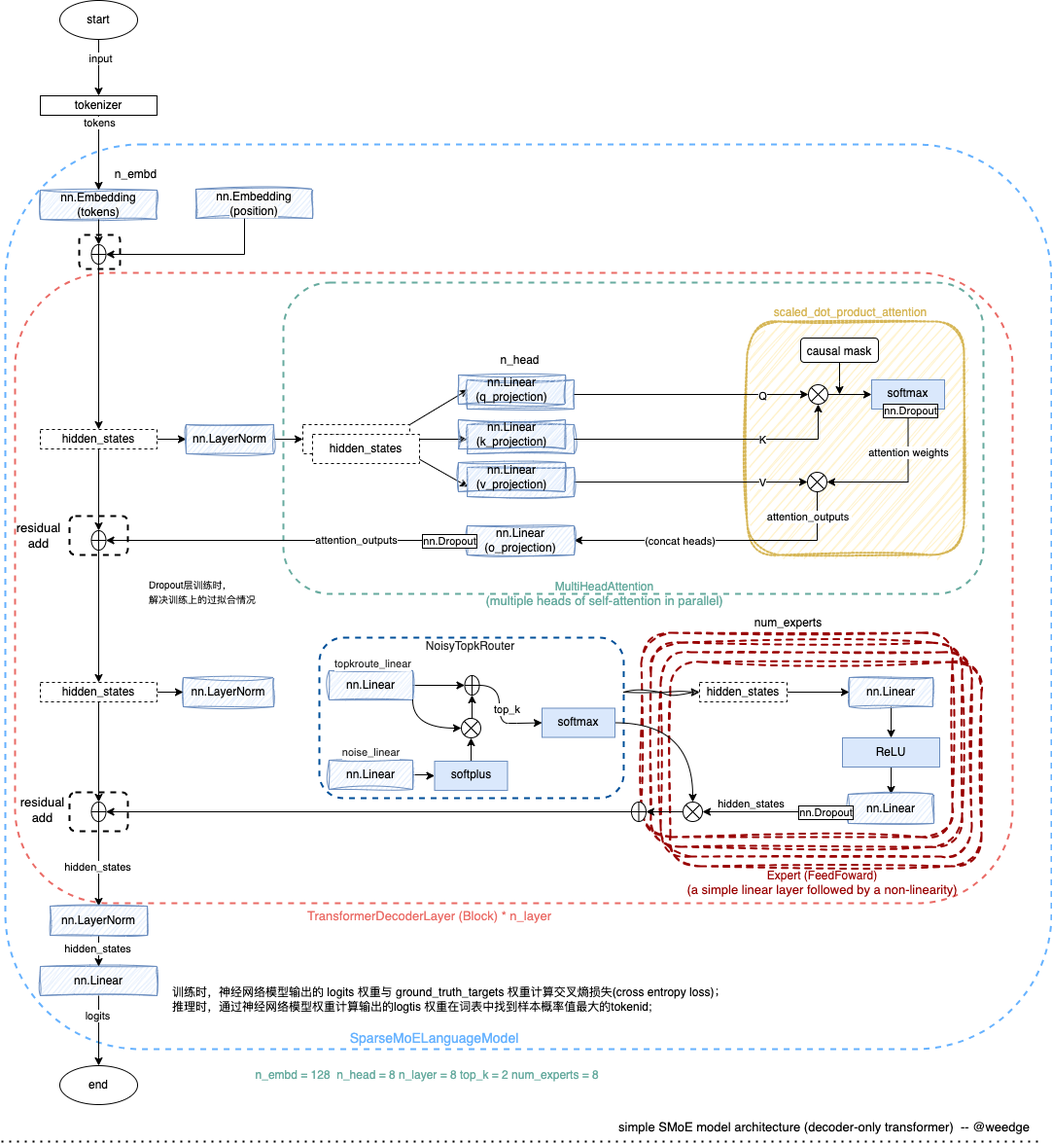
Before: docs/simple-moe.drawio.png, a diagram exported from draw.io (ai-bot-pro/baby-llm). Source tidied: cells renumbered, new cells last; positions are measured from the earlier drawing's top-left corner, leaving out a move shared by most shapes.
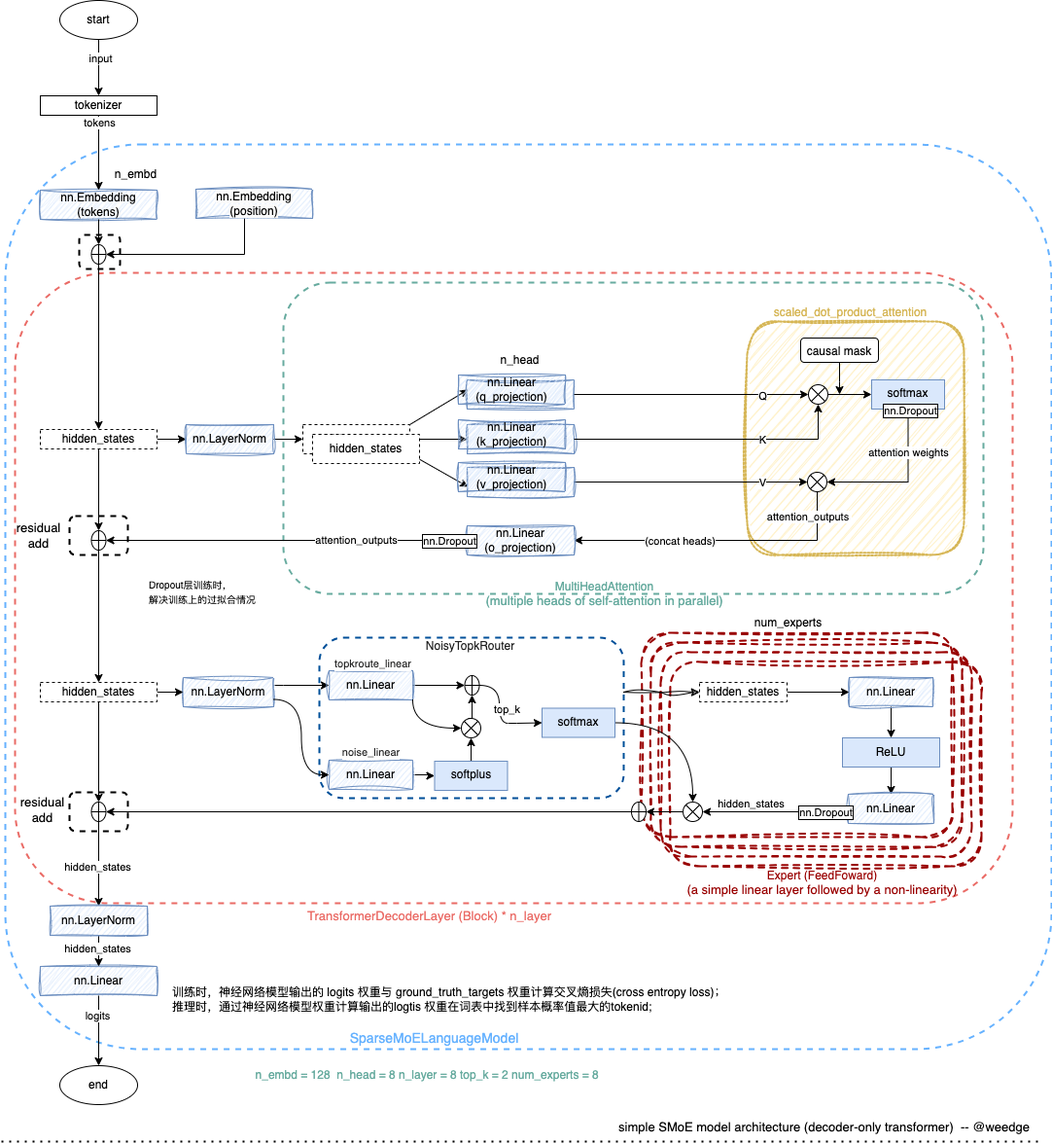
Above is the later version.

Change to the diagram source:
```diff
@@ -101,6 +101,14 @@
         <mxPoint x="640" y="711" as="sourcePoint" />
       </mxGeometry>
     </mxCell>
+    <mxCell id="127" style="edgeStyle=orthogonalEdgeStyle;rounded=0;jettySize=auto;html=1;entryX=0;entryY=0.5;entryDx=0;entryDy=0;curved=1;" parent="1" edge="1" source="33" target="106">
+      <mxGeometry relative="1" as="geometry">
+        <Array as="points">
+          <mxPoint x="290" y="704" />
+          <mxPoint x="290" y="704" />
+        </Array>
+      </mxGeometry>
+    </mxCell>
     <mxCell id="33" value="nn.LayerNorm" style="whiteSpace=wrap;html=1;strokeWidth=1;sketch=1;curveFitting=1;jiggle=2;fillColor=#dae8fc;strokeColor=#6c8ebf;" parent="1" vertex="1">
       <mxGeometry x="187" y="696" width="93" height="30" as="geometry" />
     </mxCell>
@@ -440,5 +448,8 @@
     <mxCell id="126" value="num_experts" style="text;html=1;align=center;verticalAlign=middle;strokeColor=none;fillColor=none;" parent="1" vertex="1">
       <mxGeometry x="764" y="625" width="90" height="30" as="geometry" />
     </mxCell>
+    <mxCell id="128" style="edgeStyle=orthogonalEdgeStyle;rounded=0;jettySize=auto;html=1;entryX=0;entryY=0.5;entryDx=0;entryDy=0;exitX=1;exitY=0.75;exitDx=0;exitDy=0;curved=1;" parent="1" edge="1" source="33" target="109">
+      <mxGeometry relative="1" as="geometry" />
+    </mxCell>
   </root>
 </mxGraphModel>
```
